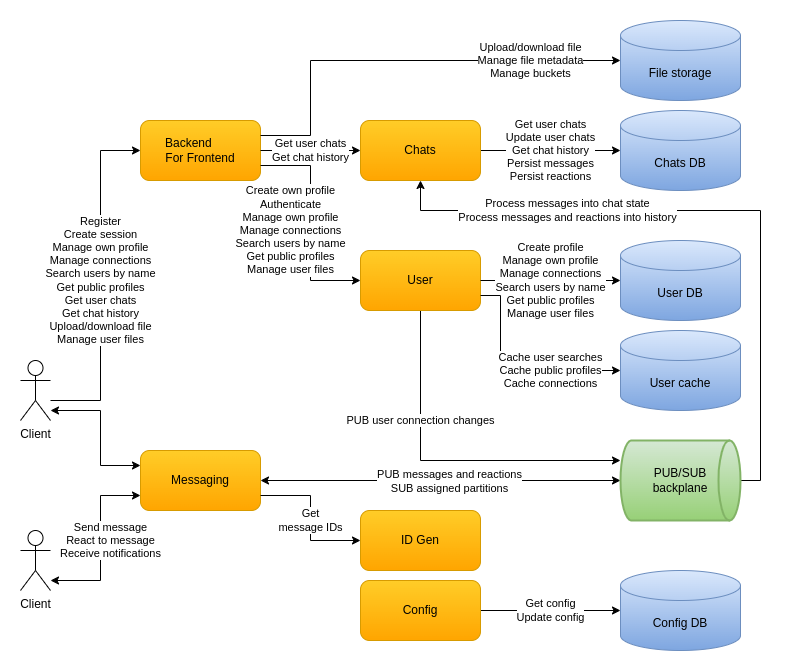
cvetomir-todorov/CecoChat keeps this draw.io diagram as docs/images/cecochat-overall.png. Above is the earlier version. Source tidied: cells renumbered, new cells last; positions are measured from the earlier drawing's top-left corner, leaving out a move shared by most shapes.
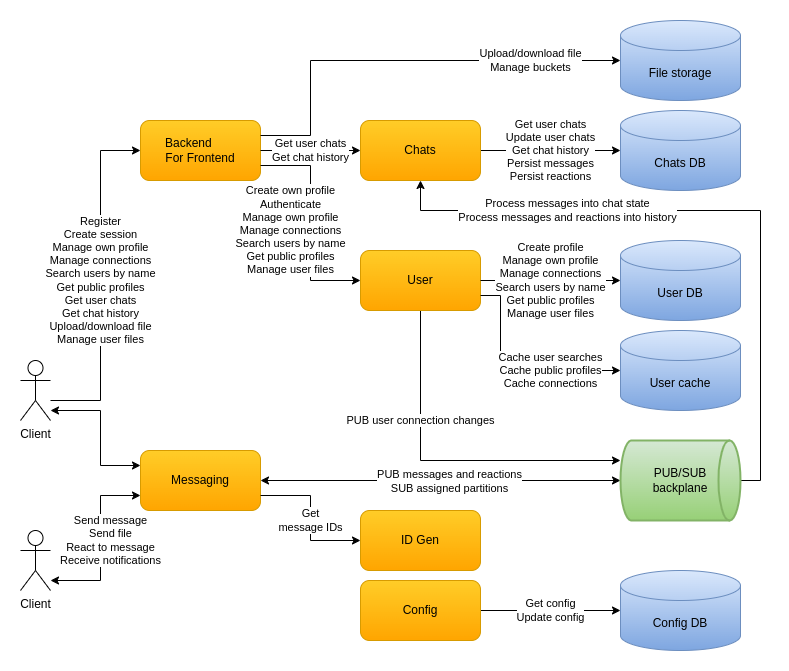
The same diagram one commit later.

Change to the diagram source:
```diff
@@ -21,7 +21,7 @@
     <mxCell id="4" value="Client" style="shape=umlActor;verticalLabelPosition=bottom;verticalAlign=top;html=1;outlineConnect=0;" parent="1" vertex="1">
       <mxGeometry y="340" width="30" height="60" as="geometry" />
     </mxCell>
-    <mxCell id="5" value="Send message&lt;br&gt;React to message&lt;br&gt;Receive notifications" style="edgeStyle=orthogonalEdgeStyle;rounded=0;jettySize=auto;html=1;entryX=0;entryY=0.75;entryDx=0;entryDy=0;startArrow=classic;startFill=1;" parent="1" edge="1" source="6" target="8">
+    <mxCell id="5" value="Send message&lt;br&gt;Send file&lt;br&gt;React to message&lt;br&gt;Receive notifications" style="edgeStyle=orthogonalEdgeStyle;rounded=0;jettySize=auto;html=1;entryX=0;entryY=0.75;entryDx=0;entryDy=0;startArrow=classic;startFill=1;" parent="1" edge="1" source="6" target="8">
       <mxGeometry x="0.03" y="-10" relative="1" as="geometry">
         <Array as="points">
           <mxPoint x="80" y="560" />
@@ -123,7 +123,7 @@
     <mxCell id="28" value="File storage" style="shape=cylinder3;whiteSpace=wrap;html=1;boundedLbl=1;backgroundOutline=1;size=15;gradientColor=#7ea6e0;fillColor=#dae8fc;strokeColor=#6c8ebf;" parent="1" vertex="1">
       <mxGeometry x="600" width="120" height="80" as="geometry" />
     </mxCell>
-    <mxCell id="29" value="Upload/download file&lt;br&gt;Manage file metadata&lt;br&gt;Manage buckets" style="edgeStyle=orthogonalEdgeStyle;rounded=0;jettySize=auto;html=1;entryX=0;entryY=0.5;entryDx=0;entryDy=0;entryPerimeter=0;exitX=1;exitY=0.25;exitDx=0;exitDy=0;" parent="1" edge="1" source="19" target="28">
+    <mxCell id="29" value="Upload/download file&lt;br&gt;Manage buckets" style="edgeStyle=orthogonalEdgeStyle;rounded=0;jettySize=auto;html=1;entryX=0;entryY=0.5;entryDx=0;entryDy=0;entryPerimeter=0;exitX=1;exitY=0.25;exitDx=0;exitDy=0;" parent="1" edge="1" source="19" target="28">
       <mxGeometry x="0.59" relative="1" as="geometry">
         <Array as="points">
           <mxPoint x="290" y="115" />
```
